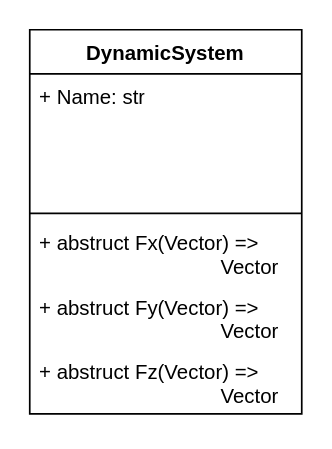
The draw.io diagram Resurs/ADS.drawio in KorenkovIvan/AnalysisDynamicSystems, before the edit. Source tidied: cells renumbered, new cells numbered last; positions are measured from the earlier drawing's top-left corner, leaving out a move shared by most shapes. Both pictures are drawn from the tidied source at 170%, with x=0, y=0 at pixel (29, 29).
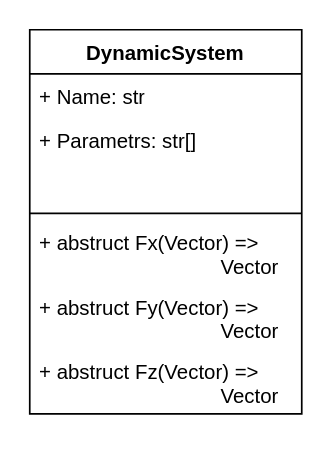
The same page after the edit.

The edit, as a diff of the source:
```diff
@@
 <mxGraphModel>
   <root>
     <mxCell id="0" />
     <mxCell id="1" parent="0" />
     <mxCell id="2" value="DynamicSystem" style="swimlane;fontStyle=1;align=center;verticalAlign=top;horizontal=1;startSize=26;whiteSpace=wrap;html=1;" parent="1" vertex="1">
       <mxGeometry width="160" height="226" as="geometry" />
     </mxCell>
     <mxCell id="3" value="+ Name: str" style="text;strokeColor=none;fillColor=none;align=left;verticalAlign=top;spacingLeft=4;spacingRight=4;overflow=hidden;whiteSpace=wrap;html=1;" parent="2" vertex="1">
       <mxGeometry y="26" width="160" height="26" as="geometry" />
     </mxCell>
-    <mxCell id="4" style="text;strokeColor=none;fillColor=none;align=left;verticalAlign=top;spacingLeft=4;spacingRight=4;overflow=hidden;whiteSpace=wrap;html=1;" parent="2" vertex="1">
+    <mxCell id="4" value="+ Parametrs: str[]" style="text;strokeColor=none;fillColor=none;align=left;verticalAlign=top;spacingLeft=4;spacingRight=4;overflow=hidden;whiteSpace=wrap;html=1;" parent="2" vertex="1">
       <mxGeometry y="52" width="160" height="26" as="geometry" />
     </mxCell>
     <mxCell id="5" style="text;strokeColor=none;fillColor=none;align=left;verticalAlign=top;spacingLeft=4;spacingRight=4;overflow=hidden;whiteSpace=wrap;html=1;" parent="2" vertex="1">
       <mxGeometry y="78" width="160" height="26" as="geometry" />
     </mxCell>
     <mxCell id="6" style="line;strokeWidth=1;fillColor=none;align=left;verticalAlign=middle;spacingTop=-1;spacingLeft=3;spacingRight=3;labelPosition=right;strokeColor=inherit;" parent="2" vertex="1">
       <mxGeometry y="104" width="160" height="8" as="geometry" />
     </mxCell>
     <mxCell id="7" value="+ abstruct Fx(Vector) =&amp;gt; &lt;span style=&quot;white-space: pre;&quot;&gt;&#9;&lt;/span&gt;&lt;span style=&quot;white-space: pre;&quot;&gt;&#9;&lt;/span&gt;&lt;span style=&quot;white-space: pre;&quot;&gt;&#9;&lt;/span&gt;&lt;span style=&quot;white-space: pre;&quot;&gt;&#9;&lt;/span&gt;Vector" style="text;strokeColor=none;fillColor=none;align=left;verticalAlign=top;spacingLeft=4;spacingRight=4;overflow=hidden;whiteSpace=wrap;html=1;" parent="2" vertex="1">
       <mxGeometry y="112" width="160" height="38" as="geometry" />
     </mxCell>
     <mxCell id="8" value="+ abstruct Fy(Vector) =&amp;gt;&amp;nbsp;&#9;&lt;span style=&quot;border-color: var(--border-color);&quot;&gt;&lt;span style=&quot;white-space: pre;&quot;&gt;&amp;nbsp;&amp;nbsp;&amp;nbsp;&amp;nbsp;&lt;/span&gt;&lt;/span&gt;&lt;span style=&quot;border-color: var(--border-color);&quot;&gt;&lt;span style=&quot;white-space: pre;&quot;&gt;&amp;nbsp;&amp;nbsp;&amp;nbsp;&amp;nbsp;&lt;/span&gt;&lt;/span&gt;&lt;span style=&quot;border-color: var(--border-color);&quot;&gt;&lt;span style=&quot;white-space: pre;&quot;&gt;&amp;nbsp;&amp;nbsp;&amp;nbsp;&amp;nbsp;&lt;span style=&quot;white-space: pre;&quot;&gt;&#9;&lt;/span&gt;&lt;span style=&quot;white-space: pre;&quot;&gt;&#9;&lt;/span&gt;&lt;span style=&quot;white-space: pre;&quot;&gt;&#9;&lt;/span&gt;&lt;/span&gt;&lt;/span&gt;Vector" style="text;strokeColor=none;fillColor=none;align=left;verticalAlign=top;spacingLeft=4;spacingRight=4;overflow=hidden;whiteSpace=wrap;html=1;" parent="2" vertex="1">
       <mxGeometry y="150" width="160" height="38" as="geometry" />
     </mxCell>
     <mxCell id="9" value="+ abstruct Fz(Vector) =&amp;gt;&amp;nbsp;&#9;&lt;span style=&quot;border-color: var(--border-color);&quot;&gt;&lt;span style=&quot;white-space: pre;&quot;&gt;&amp;nbsp;&amp;nbsp;&amp;nbsp;&amp;nbsp;&lt;/span&gt;&lt;/span&gt;&lt;span style=&quot;border-color: var(--border-color);&quot;&gt;&lt;span style=&quot;white-space: pre;&quot;&gt;&amp;nbsp;&amp;nbsp;&amp;nbsp;&amp;nbsp;&lt;/span&gt;&lt;/span&gt;&lt;span style=&quot;border-color: var(--border-color);&quot;&gt;&lt;span style=&quot;white-space: pre;&quot;&gt;&amp;nbsp;&amp;nbsp;&amp;nbsp;&lt;span style=&quot;white-space: pre;&quot;&gt;&#9;&lt;/span&gt;&lt;span style=&quot;white-space: pre;&quot;&gt;&#9;&lt;/span&gt;&amp;nbsp;&lt;span style=&quot;white-space: pre;&quot;&gt;&#9;&lt;/span&gt;&lt;/span&gt;&lt;/span&gt;Vector" style="text;strokeColor=none;fillColor=none;align=left;verticalAlign=top;spacingLeft=4;spacingRight=4;overflow=hidden;whiteSpace=wrap;html=1;" parent="2" vertex="1">
       <mxGeometry y="188" width="160" height="38" as="geometry" />
     </mxCell>
   </root>
 </mxGraphModel>
```
